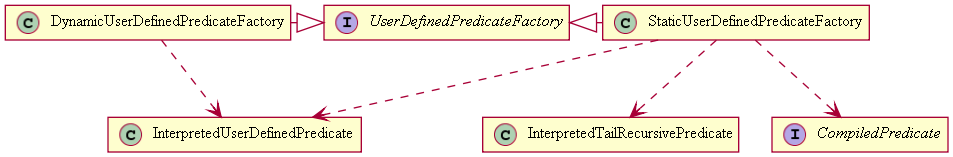
Earlier version of the PlantUML export src/core/org/projog/core/udp/doc-files/UserDefinedPredicateFactory.png (s-webber/projog). The source it was exported from:
```plantuml
@startuml UserDefinedPredicateFactory.png
hide members

interface UserDefinedPredicateFactory

UserDefinedPredicateFactory <|up- DynamicUserDefinedPredicateFactory
UserDefinedPredicateFactory <|up- StaticUserDefinedPredicateFactory

DynamicUserDefinedPredicateFactory ..> InterpretedUserDefinedPredicate

StaticUserDefinedPredicateFactory ..> InterpretedUserDefinedPredicate
StaticUserDefinedPredicateFactory ..> InterpretedTailRecursivePredicate
StaticUserDefinedPredicateFactory ..> CompiledPredicate

class InterpretedTailRecursivePredicate
interface CompiledPredicate

@enduml
```
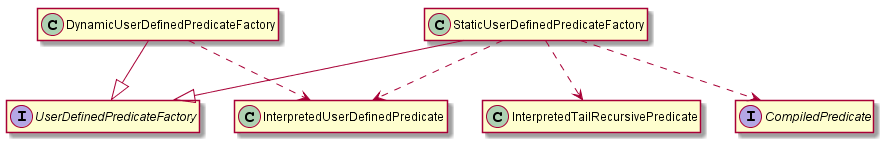
Above is the later version.

Change to the diagram source:
```diff
@@ -3,8 +3,8 @@
 
 interface UserDefinedPredicateFactory
 
-UserDefinedPredicateFactory <|up- DynamicUserDefinedPredicateFactory
-UserDefinedPredicateFactory <|up- StaticUserDefinedPredicateFactory
+UserDefinedPredicateFactory <|-up- DynamicUserDefinedPredicateFactory
+UserDefinedPredicateFactory <|-up- StaticUserDefinedPredicateFactory
 
 DynamicUserDefinedPredicateFactory ..> InterpretedUserDefinedPredicate
 
```
